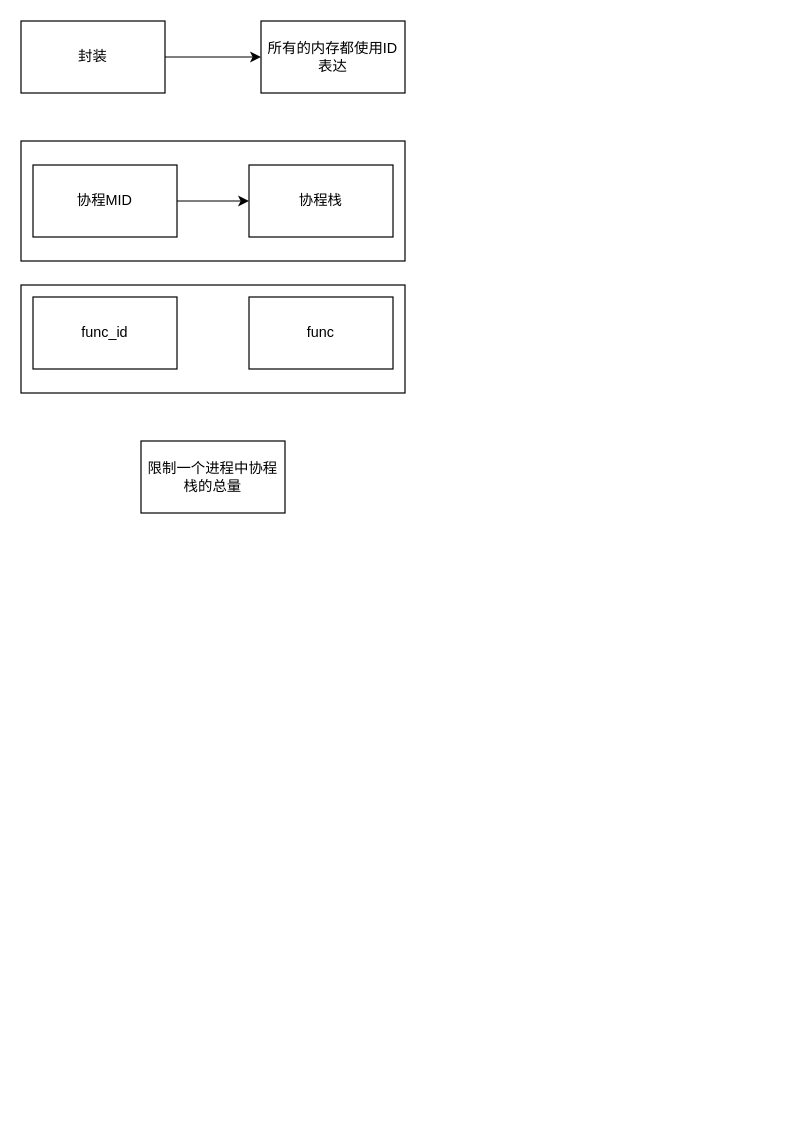
This is boost_context.drawio from junpfeng/UE, a draw.io file, before an edit. Source tidied: cells renumbered, new cells numbered last; positions are measured from the earlier drawing's top-left corner, leaving out a move shared by most shapes. Both pictures are drawn from the tidied source at 120%, with x=0, y=0 at pixel (20, 20).
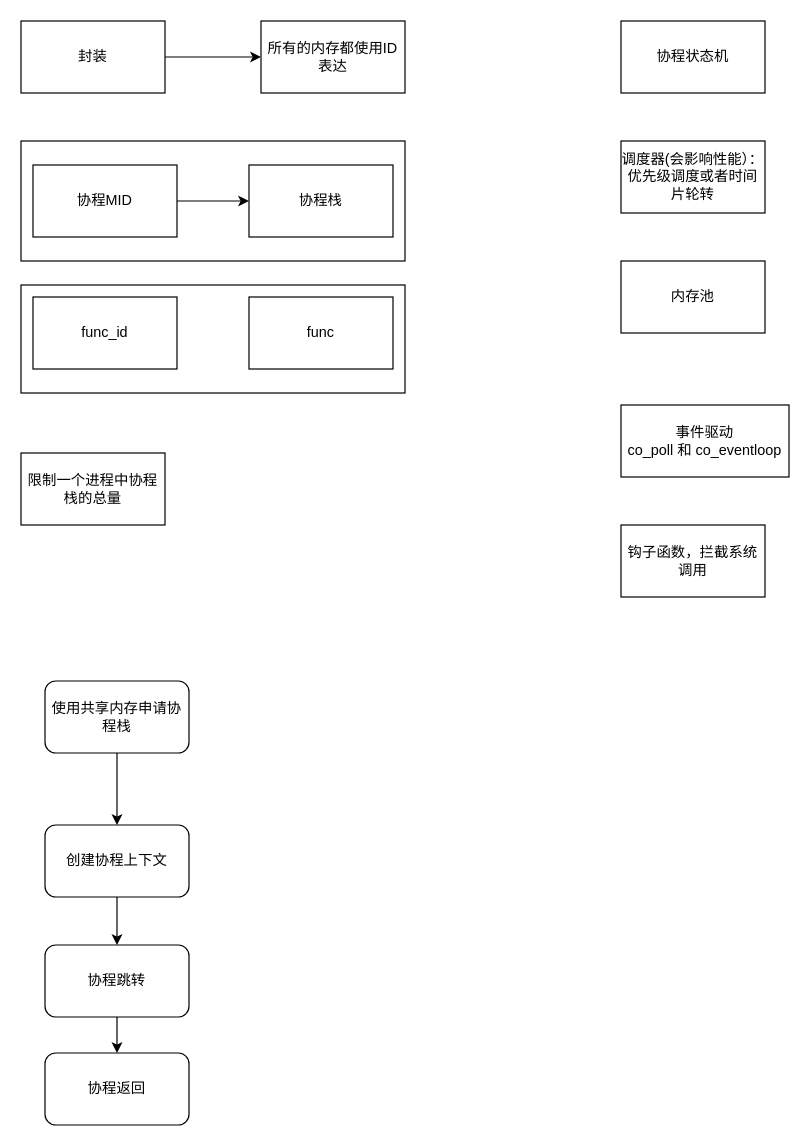
After the change.

What changed in the source:
```diff
@@
     <mxCell id="12" value="限制一个进程中协程栈的总量" style="rounded=0;whiteSpace=wrap;html=1;" parent="1" vertex="1">
-      <mxGeometry x="100" y="350" width="120" height="60" as="geometry" />
+      <mxGeometry y="360" width="120" height="60" as="geometry" />
     </mxCell>
+    <mxCell id="13" value="协程状态机" style="rounded=0;whiteSpace=wrap;html=1;" parent="1" vertex="1">
+      <mxGeometry x="500" width="120" height="60" as="geometry" />
+    </mxCell>
+    <mxCell id="14" value="调度器(会影响性能）：&lt;div&gt;优先级调度或者时间片轮转&lt;/div&gt;" style="rounded=0;whiteSpace=wrap;html=1;" parent="1" vertex="1">
+      <mxGeometry x="500" y="100" width="120" height="60" as="geometry" />
+    </mxCell>
+    <mxCell id="15" value="内存池" style="rounded=0;whiteSpace=wrap;html=1;" parent="1" vertex="1">
+      <mxGeometry x="500" y="200" width="120" height="60" as="geometry" />
+    </mxCell>
+    <mxCell id="16" value="事件驱动&lt;div&gt;co_poll 和 co_eventloop&lt;/div&gt;" style="rounded=0;whiteSpace=wrap;html=1;" parent="1" vertex="1">
+      <mxGeometry x="500" y="320" width="140" height="60" as="geometry" />
+    </mxCell>
+    <mxCell id="17" value="钩子函数，拦截系统调用" style="rounded=0;whiteSpace=wrap;html=1;" parent="1" vertex="1">
+      <mxGeometry x="500" y="420" width="120" height="60" as="geometry" />
+    </mxCell>
+    <mxCell id="18" style="edgeStyle=orthogonalEdgeStyle;rounded=0;jettySize=auto;html=1;" parent="1" edge="1" source="19" target="21">
+      <mxGeometry relative="1" as="geometry" />
+    </mxCell>
+    <mxCell id="19" value="使用共享内存申请协程栈" style="rounded=1;whiteSpace=wrap;html=1;" parent="1" vertex="1">
+      <mxGeometry x="20" y="550" width="120" height="60" as="geometry" />
+    </mxCell>
+    <mxCell id="20" style="edgeStyle=orthogonalEdgeStyle;rounded=0;jettySize=auto;html=1;" parent="1" edge="1" source="21" target="23">
+      <mxGeometry relative="1" as="geometry" />
+    </mxCell>
+    <mxCell id="21" value="创建协程上下文" style="rounded=1;whiteSpace=wrap;html=1;" parent="1" vertex="1">
+      <mxGeometry x="20" y="670" width="120" height="60" as="geometry" />
+    </mxCell>
+    <mxCell id="22" style="edgeStyle=orthogonalEdgeStyle;rounded=0;jettySize=auto;html=1;" parent="1" edge="1" source="23" target="24">
+      <mxGeometry relative="1" as="geometry" />
+    </mxCell>
+    <mxCell id="23" value="协程跳转" style="rounded=1;whiteSpace=wrap;html=1;" parent="1" vertex="1">
+      <mxGeometry x="20" y="770" width="120" height="60" as="geometry" />
+    </mxCell>
+    <mxCell id="24" value="协程返回" style="rounded=1;whiteSpace=wrap;html=1;" parent="1" vertex="1">
+      <mxGeometry x="20" y="860" width="120" height="60" as="geometry" />
+    </mxCell>
```
